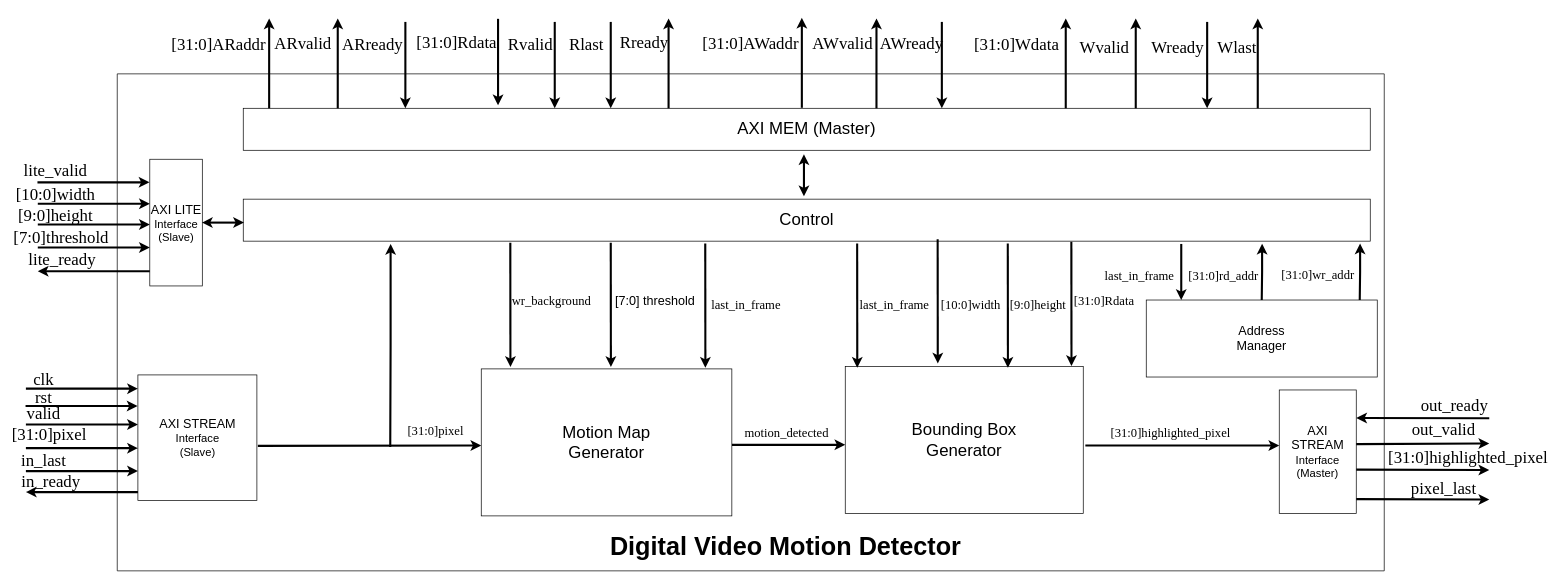
sabarioded/Hardware_for_Digital_Video_Motion_Detector keeps this draw.io diagram as drawings/Block_Diagram_v9.drawio. Above is the earlier version. Source tidied: cells renumbered, new cells numbered last; positions are measured from the earlier drawing's top-left corner, leaving out a move shared by most shapes. Both pictures are drawn from the tidied source at 70%, with x=0, y=0 at pixel (12, 18).
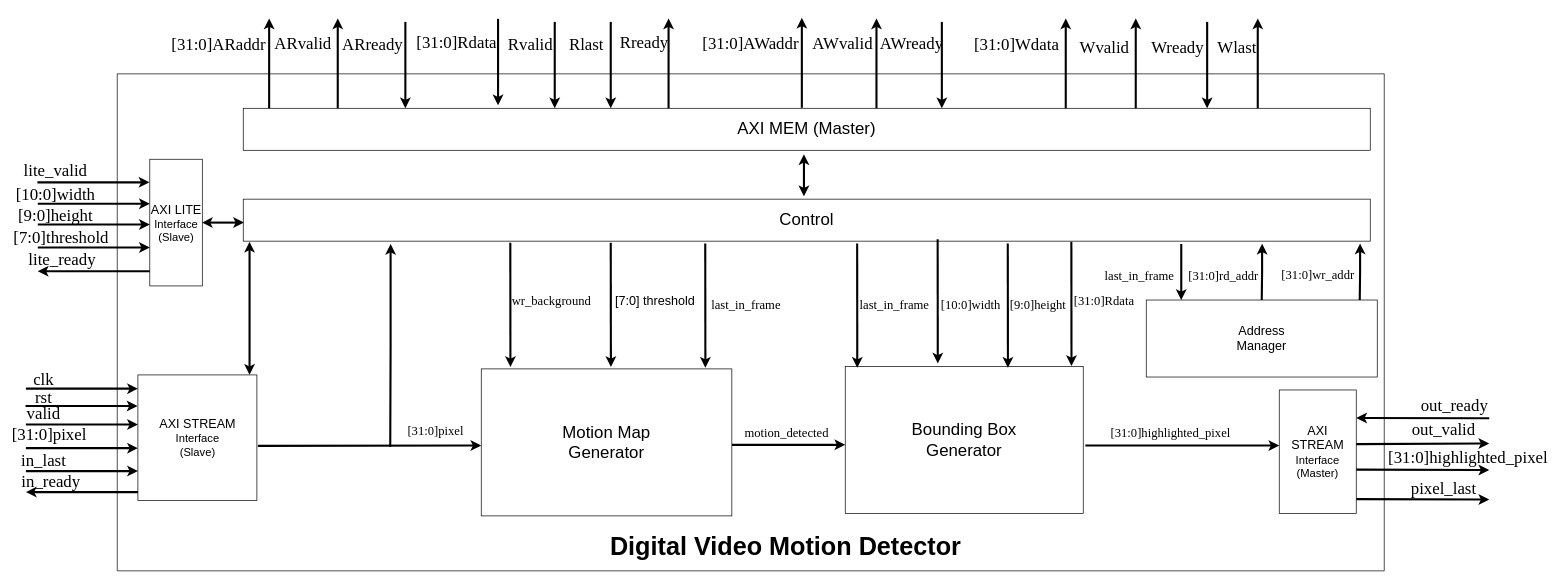
The same diagram, later.

Change to the diagram source:
```diff
@@
+    <mxCell id="99" style="endArrow=classic;startArrow=classic;html=1;rounded=0;strokeWidth=3;" parent="1" edge="1">
+      <mxGeometry relative="1" as="geometry">
+        <mxPoint x="339" y="510" as="sourcePoint" />
+        <mxPoint x="339" y="320" as="targetPoint" />
+      </mxGeometry>
+    </mxCell>
```
